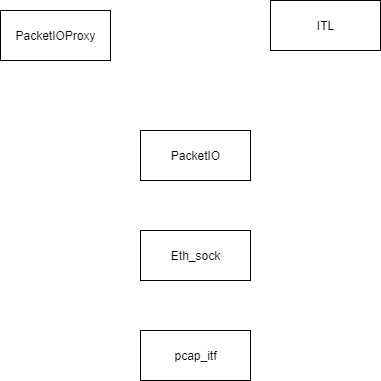
Steve888888/FN-Redundancy keeps this draw.io diagram as UML/Pcap.drawio.png. Above is the earlier version. Source tidied: cells renumbered, new cells last; positions are measured from the earlier drawing's top-left corner, leaving out a move shared by most shapes.
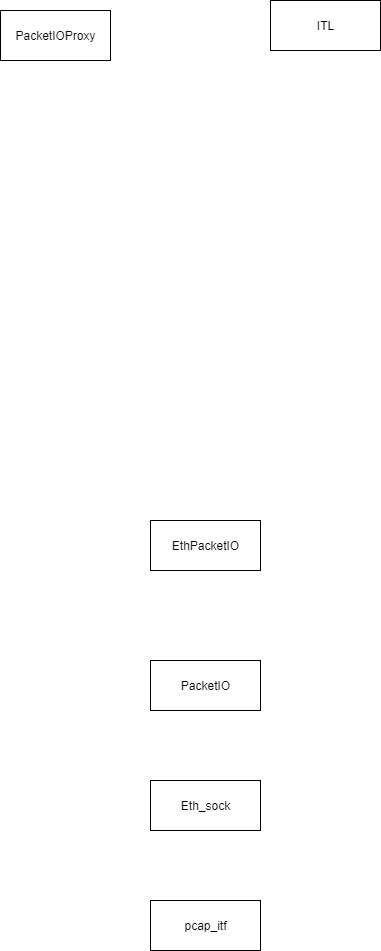
Later version of the same file.

Diff of the diagram source:
```diff
@@ -3,7 +3,7 @@
     <mxCell id="0" />
     <mxCell id="1" parent="0" />
     <mxCell id="2" value="PacketIO" style="html=1;whiteSpace=wrap;" parent="1" vertex="1">
-      <mxGeometry x="140" y="130" width="110" height="50" as="geometry" />
+      <mxGeometry x="150" y="660" width="110" height="50" as="geometry" />
     </mxCell>
     <mxCell id="3" value="PacketIOProxy" style="html=1;whiteSpace=wrap;" parent="1" vertex="1">
       <mxGeometry y="10" width="110" height="50" as="geometry" />
@@ -12,10 +12,13 @@
       <mxGeometry x="270" width="110" height="50" as="geometry" />
     </mxCell>
     <mxCell id="5" value="Eth_sock" style="html=1;whiteSpace=wrap;" parent="1" vertex="1">
-      <mxGeometry x="140" y="230" width="110" height="50" as="geometry" />
+      <mxGeometry x="150" y="780" width="110" height="50" as="geometry" />
     </mxCell>
     <mxCell id="6" value="pcap_itf" style="html=1;whiteSpace=wrap;" parent="1" vertex="1">
-      <mxGeometry x="140" y="330" width="110" height="50" as="geometry" />
+      <mxGeometry x="150" y="900" width="110" height="50" as="geometry" />
     </mxCell>
+    <mxCell id="7" value="EthPacketIO" style="html=1;whiteSpace=wrap;" parent="1" vertex="1">
+      <mxGeometry x="150" y="520" width="110" height="50" as="geometry" />
+    </mxCell>
   </root>
 </mxGraphModel>
```
